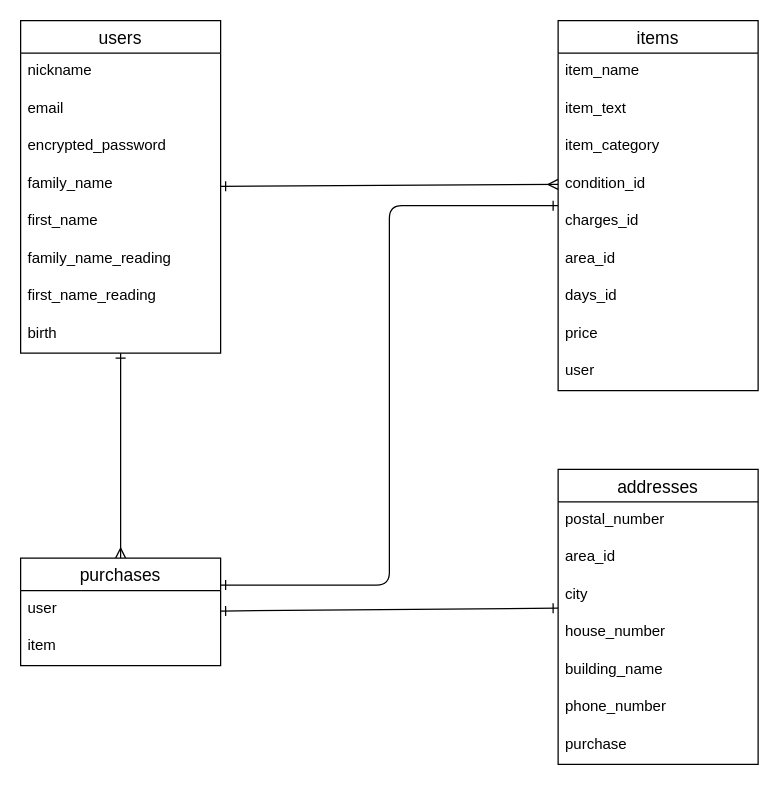
chin-ninn/furima-39116 keeps this draw.io diagram as furima.dio. Above is the earlier version. Source tidied: cells renumbered, new cells numbered last; positions are measured from the earlier drawing's top-left corner, leaving out a move shared by most shapes. Both pictures are drawn from the tidied source at 125%, with x=0, y=0 at pixel (20, 20).
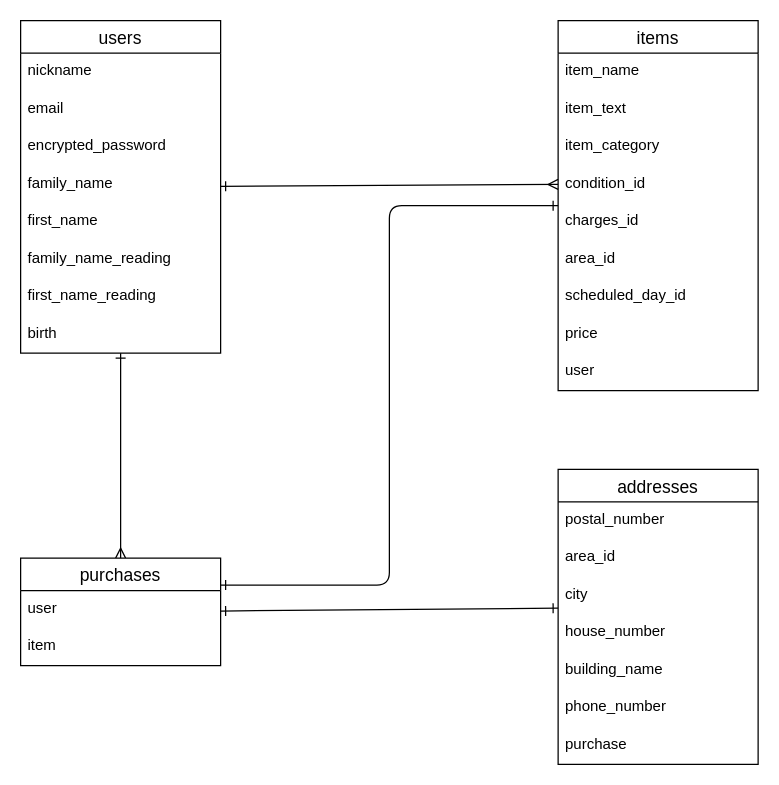
The same page after the edit.

Commit message:
デプロイエラーの修正

Unchanged cells that the change refers to:
```xml
<mxCell id="14" value="items" style="swimlane;fontStyle=0;horizontal=1;startSize=26;align=center;fontSize=14;" parent="1" vertex="1">
  <mxGeometry x="430" width="160" height="296" as="geometry" />
</mxCell>
```

Diff of the diagram source:
```diff
@@
-    <mxCell id="21" value="days_id" style="text;strokeColor=none;fillColor=none;spacingLeft=4;spacingRight=4;overflow=hidden;fontSize=12;" parent="14" vertex="1">
+    <mxCell id="21" value="scheduled_day_id" style="text;strokeColor=none;fillColor=none;spacingLeft=4;spacingRight=4;overflow=hidden;fontSize=12;" parent="14" vertex="1">
       <mxGeometry y="206" width="160" height="30" as="geometry" />
     </mxCell>
```
